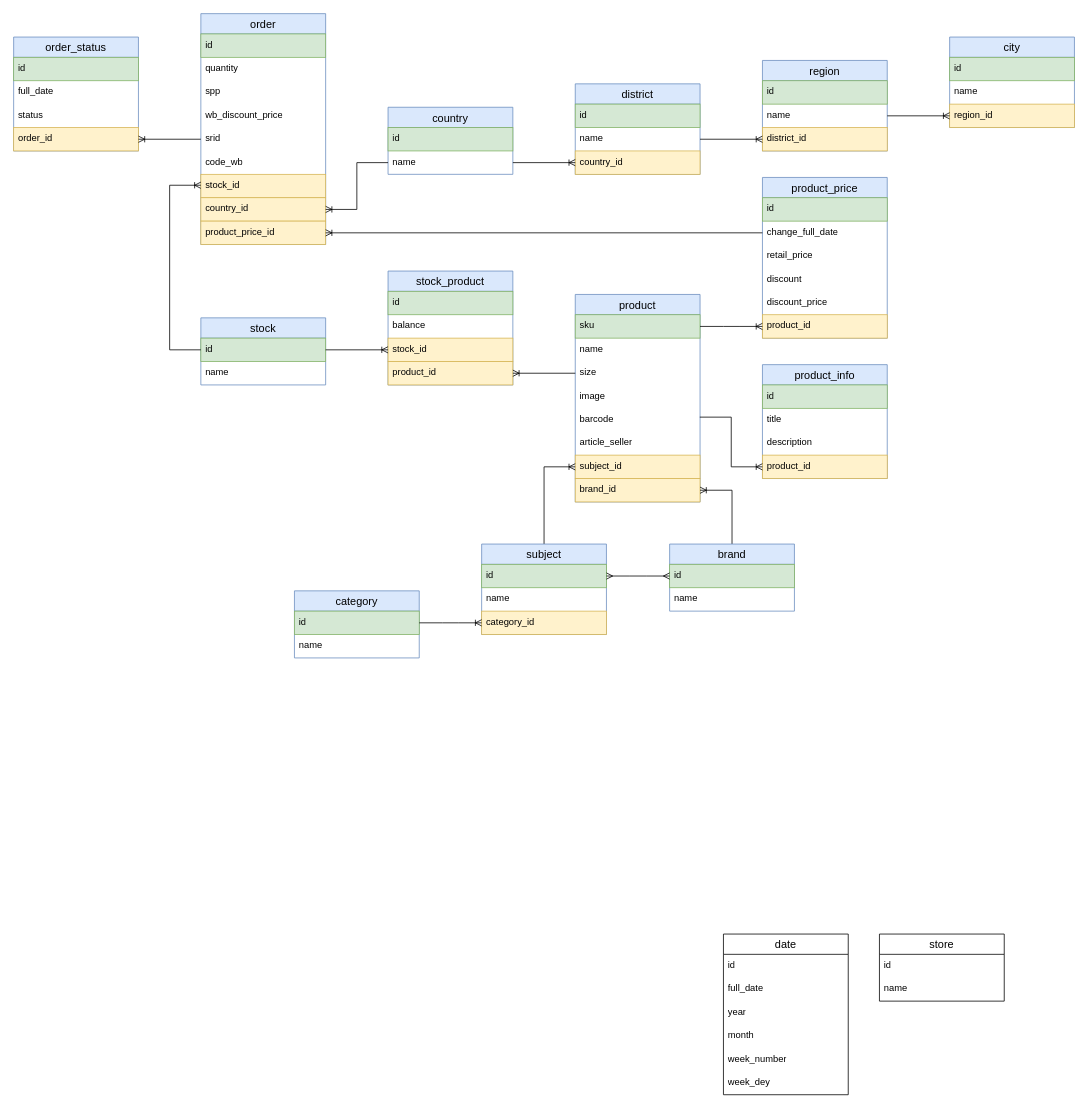
Earlier version of the draw.io diagram Диаграмма WB Manager Project.drawio (Aleksandr131/git-wb-manager). Source tidied: cells renumbered, new cells numbered last; positions are measured from the earlier drawing's top-left corner, leaving out a move shared by most shapes. Both pictures are drawn from the tidied source at 78%, with x=0, y=0 at pixel (13, 13).
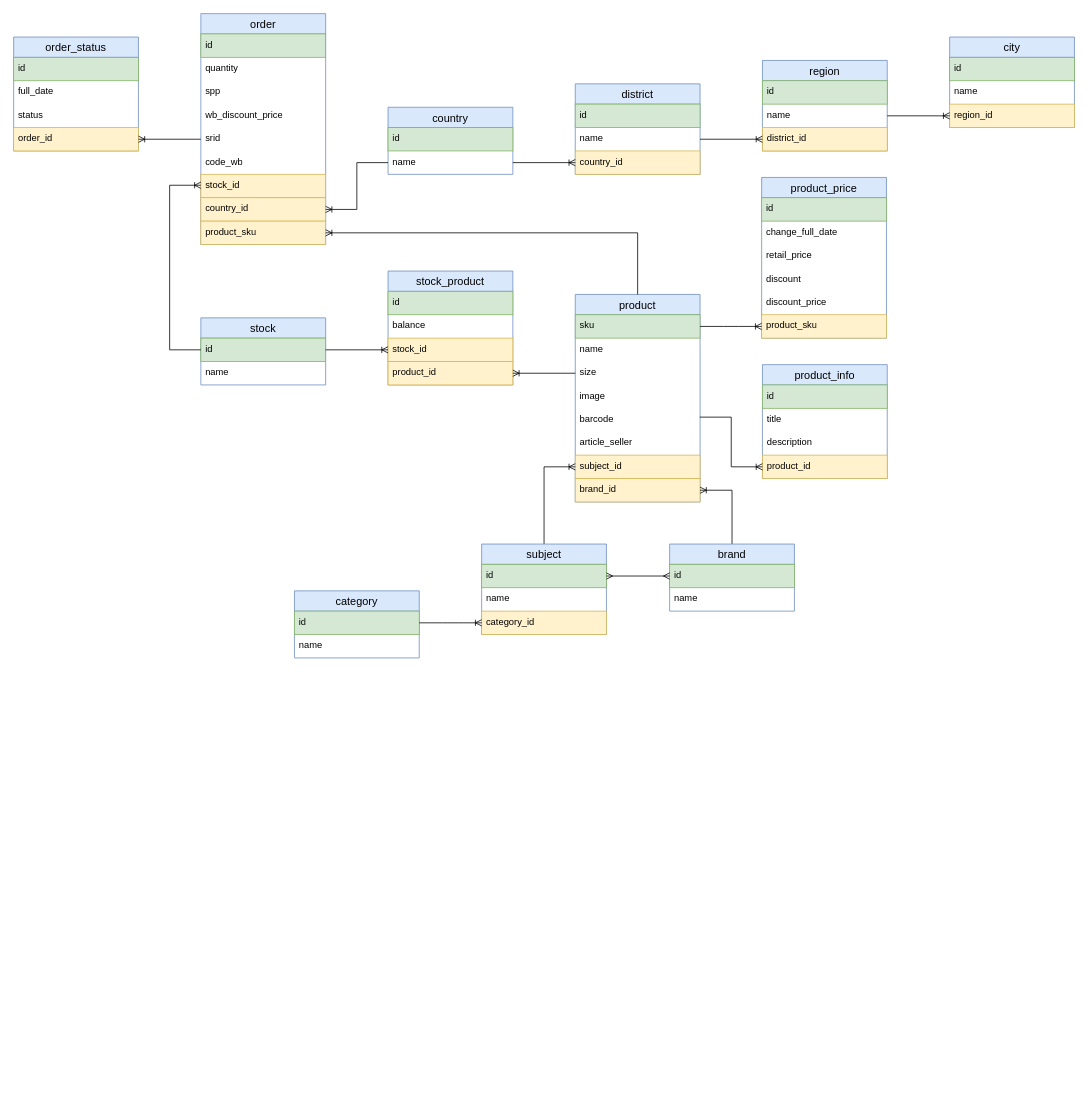
The same page after the edit.

The change refers to these unchanged cells:
```xml
<mxCell id="2" value="product" style="swimlane;fontStyle=0;horizontal=1;startSize=26;align=center;fontSize=14;fillColor=#dae8fc;strokeColor=#6c8ebf;" parent="1" vertex="1">
  <mxGeometry x="720" y="360" width="160" height="266" as="geometry" />
</mxCell>
<mxCell id="31" value="order" style="swimlane;fontStyle=0;horizontal=1;startSize=26;align=center;fontSize=14;fillColor=#dae8fc;strokeColor=#6c8ebf;" parent="1" vertex="1">
  <mxGeometry x="240" width="160" height="296" as="geometry" />
</mxCell>
<mxCell id="54" value="change_full_date" style="text;spacingLeft=4;spacingRight=4;overflow=hidden;points=[[0,0.5],[1,0.5]];portConstraint=eastwest;fontSize=12;whiteSpace=wrap;html=1;" parent="52" vertex="1">
  <mxGeometry y="56" width="160" height="30" as="geometry" />
</mxCell>
```

Diff of the diagram source:
```diff
@@
-    <mxCell id="25" value="store" style="swimlane;fontStyle=0;horizontal=1;startSize=26;align=center;fontSize=14;" parent="1" vertex="1">
-      <mxGeometry x="1110" y="1180" width="160" height="86" as="geometry" />
-    </mxCell>
-    <mxCell id="26" value="id" style="text;strokeColor=none;fillColor=none;spacingLeft=4;spacingRight=4;overflow=hidden;fontSize=12;whiteSpace=wrap;html=1;" parent="25" vertex="1">
-      <mxGeometry y="26" width="160" height="30" as="geometry" />
-    </mxCell>
-    <mxCell id="27" value="name" style="text;strokeColor=none;fillColor=none;spacingLeft=4;spacingRight=4;overflow=hidden;fontSize=12;whiteSpace=wrap;html=1;" parent="25" vertex="1">
-      <mxGeometry y="56" width="160" height="30" as="geometry" />
-    </mxCell>
@@
-    <mxCell id="40" value="product_price_id" style="text;spacingLeft=4;spacingRight=4;overflow=hidden;points=[[0,0.5],[1,0.5]];portConstraint=eastwest;fontSize=12;whiteSpace=wrap;html=1;fillColor=#fff2cc;strokeColor=#d6b656;" parent="31" vertex="1">
+    <mxCell id="40" value="product_sku" style="text;spacingLeft=4;spacingRight=4;overflow=hidden;points=[[0,0.5],[1,0.5]];portConstraint=eastwest;fontSize=12;whiteSpace=wrap;html=1;fillColor=#fff2cc;strokeColor=#d6b656;" parent="31" vertex="1">
       <mxGeometry y="266" width="160" height="30" as="geometry" />
     </mxCell>
@@
     <mxCell id="52" value="product_price" style="swimlane;fontStyle=0;horizontal=1;startSize=26;align=center;fontSize=14;fillColor=#dae8fc;strokeColor=#6c8ebf;" parent="1" vertex="1">
-      <mxGeometry x="960" y="210" width="160" height="206" as="geometry" />
+      <mxGeometry x="959" y="210" width="160" height="206" as="geometry" />
     </mxCell>
@@
-    <mxCell id="58" value="product_id" style="text;spacingLeft=4;spacingRight=4;overflow=hidden;points=[[0,0.5],[1,0.5]];portConstraint=eastwest;fontSize=12;whiteSpace=wrap;html=1;fillColor=#fff2cc;strokeColor=#d6b656;" parent="52" vertex="1">
+    <mxCell id="58" value="product_sku" style="text;spacingLeft=4;spacingRight=4;overflow=hidden;points=[[0,0.5],[1,0.5]];portConstraint=eastwest;fontSize=12;whiteSpace=wrap;html=1;fillColor=#fff2cc;strokeColor=#d6b656;" parent="52" vertex="1">
       <mxGeometry y="176" width="160" height="30" as="geometry" />
     </mxCell>
@@
-    <mxCell id="64" value="date" style="swimlane;fontStyle=0;horizontal=1;startSize=26;align=center;fontSize=14;" parent="1" vertex="1">
-      <mxGeometry x="910" y="1180" width="160" height="206" as="geometry" />
-    </mxCell>
-    <mxCell id="65" value="id" style="text;strokeColor=none;fillColor=none;spacingLeft=4;spacingRight=4;overflow=hidden;fontSize=12;whiteSpace=wrap;html=1;" parent="64" vertex="1">
-      <mxGeometry y="26" width="160" height="30" as="geometry" />
-    </mxCell>
-    <mxCell id="66" value="full_date" style="text;strokeColor=none;fillColor=none;spacingLeft=4;spacingRight=4;overflow=hidden;fontSize=12;whiteSpace=wrap;html=1;" parent="64" vertex="1">
-      <mxGeometry y="56" width="160" height="30" as="geometry" />
-    </mxCell>
-    <mxCell id="67" value="year" style="text;strokeColor=none;fillColor=none;spacingLeft=4;spacingRight=4;overflow=hidden;fontSize=12;whiteSpace=wrap;html=1;" parent="64" vertex="1">
-      <mxGeometry y="86" width="160" height="30" as="geometry" />
-    </mxCell>
-    <mxCell id="68" value="month" style="text;strokeColor=none;fillColor=none;spacingLeft=4;spacingRight=4;overflow=hidden;fontSize=12;whiteSpace=wrap;html=1;" parent="64" vertex="1">
-      <mxGeometry y="116" width="160" height="30" as="geometry" />
-    </mxCell>
-    <mxCell id="69" value="week_number" style="text;strokeColor=none;fillColor=none;spacingLeft=4;spacingRight=4;overflow=hidden;fontSize=12;whiteSpace=wrap;html=1;" parent="64" vertex="1">
-      <mxGeometry y="146" width="160" height="30" as="geometry" />
-    </mxCell>
-    <mxCell id="70" value="week_dey" style="text;strokeColor=none;fillColor=none;spacingLeft=4;spacingRight=4;overflow=hidden;fontSize=12;whiteSpace=wrap;html=1;" parent="64" vertex="1">
-      <mxGeometry y="176" width="160" height="30" as="geometry" />
-    </mxCell>
@@
-    <mxCell id="91" style="edgeStyle=orthogonalEdgeStyle;rounded=0;jettySize=auto;html=1;endArrow=none;endFill=0;startArrow=ERoneToMany;startFill=0;" parent="1" edge="1" source="40" target="54">
+    <mxCell id="91" style="edgeStyle=orthogonalEdgeStyle;rounded=0;jettySize=auto;html=1;endArrow=none;endFill=0;startArrow=ERoneToMany;startFill=0;entryX=0.5;entryY=0;entryDx=0;entryDy=0;" parent="1" edge="1" source="40" target="2">
       <mxGeometry relative="1" as="geometry" />
     </mxCell>
```
